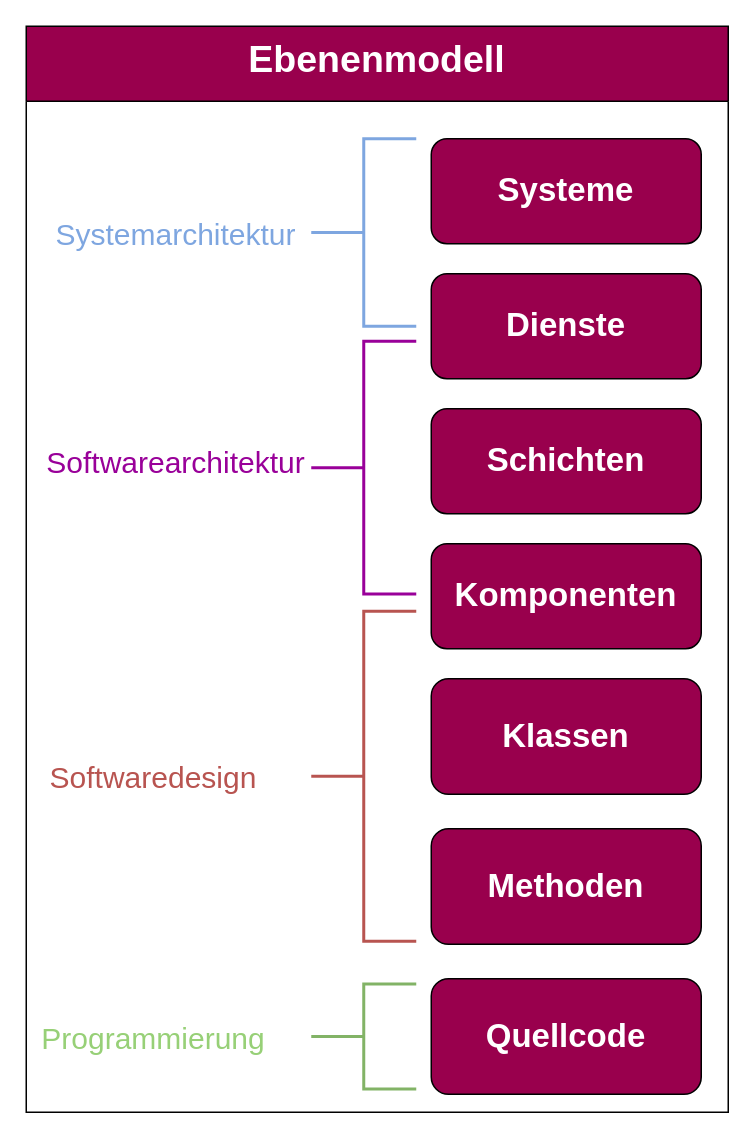
schnickalodeon/Parlivote keeps this draw.io diagram as page "Ebenenmodell" (3 of 6) of Parlivote.Shared/Documentation/Untitled Diagram.drawio. Above is the earlier version. Source tidied: cells renumbered, new cells numbered last; positions are measured from the earlier drawing's top-left corner, leaving out a move shared by most shapes. Both pictures are drawn from the tidied source at 150%, with x=0, y=0 at pixel (26, 26).
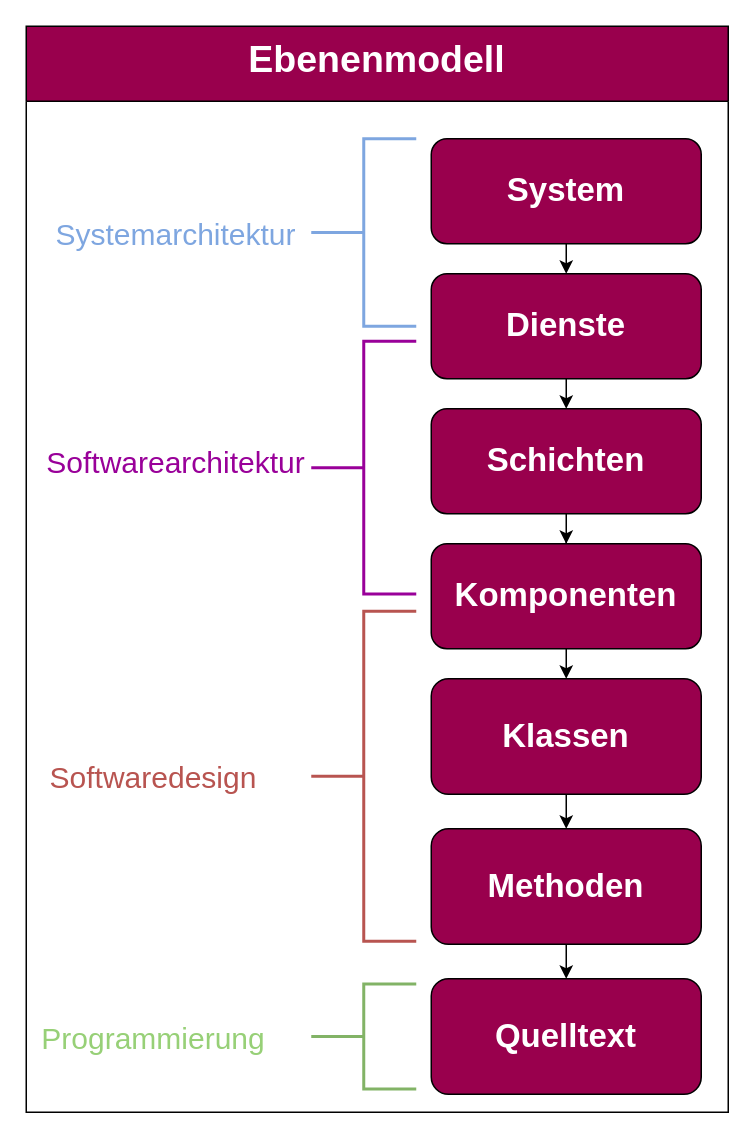
Above is the later version.

The change refers to these unchanged cells:
```xml
<mxCell id="2" value="Ebenenmodell" style="swimlane;fontSize=25;fontColor=#FFFFFF;strokeColor=#000000;strokeWidth=1;fillColor=#99004D;startSize=50;verticalAlign=top;" parent="1" vertex="1">
  <mxGeometry width="468" height="724" as="geometry" />
</mxCell>
<mxCell id="4" value="&lt;font style=&quot;font-size: 22px;&quot;&gt;&lt;b&gt;Dienste&lt;/b&gt;&lt;/font&gt;" style="rounded=1;whiteSpace=wrap;html=1;fontSize=13;fontColor=#FFFFFF;strokeColor=#000000;strokeWidth=1;fillColor=#99004D;" parent="2" vertex="1">
  <mxGeometry x="270" y="165" width="180" height="70" as="geometry" />
</mxCell>
<mxCell id="5" value="&lt;font style=&quot;font-size: 22px;&quot;&gt;&lt;b&gt;Schichten&lt;/b&gt;&lt;/font&gt;" style="rounded=1;whiteSpace=wrap;html=1;fontSize=13;fontColor=#FFFFFF;strokeColor=#000000;strokeWidth=1;fillColor=#99004D;" parent="2" vertex="1">
  <mxGeometry x="270" y="255" width="180" height="70" as="geometry" />
</mxCell>
<mxCell id="6" value="&lt;font style=&quot;font-size: 22px;&quot;&gt;&lt;b&gt;Komponenten&lt;/b&gt;&lt;/font&gt;" style="rounded=1;whiteSpace=wrap;html=1;fontSize=13;fontColor=#FFFFFF;strokeColor=#000000;strokeWidth=1;fillColor=#99004D;" parent="2" vertex="1">
  <mxGeometry x="270" y="345" width="180" height="70" as="geometry" />
</mxCell>
<mxCell id="7" value="&lt;font style=&quot;font-size: 22px;&quot;&gt;&lt;b&gt;Klassen&lt;/b&gt;&lt;/font&gt;" style="rounded=1;whiteSpace=wrap;html=1;fontSize=13;fontColor=#FFFFFF;strokeColor=#000000;strokeWidth=1;fillColor=#99004D;" parent="2" vertex="1">
  <mxGeometry x="270" y="435" width="180" height="77" as="geometry" />
</mxCell>
<mxCell id="8" value="&lt;font style=&quot;font-size: 22px;&quot;&gt;&lt;b&gt;Methoden&lt;/b&gt;&lt;/font&gt;" style="rounded=1;whiteSpace=wrap;html=1;fontSize=13;fontColor=#FFFFFF;strokeColor=#000000;strokeWidth=1;fillColor=#99004D;" parent="2" vertex="1">
  <mxGeometry x="270" y="535" width="180" height="77" as="geometry" />
</mxCell>
```

Diff of the diagram source:
```diff
@@
+    <mxCell id="18" style="edgeStyle=orthogonalEdgeStyle;rounded=0;jettySize=auto;html=1;exitX=0.5;exitY=1;exitDx=0;exitDy=0;entryX=0.5;entryY=0;entryDx=0;entryDy=0;" parent="2" edge="1" source="3" target="4">
+      <mxGeometry relative="1" as="geometry" />
+    </mxCell>
-    <mxCell id="3" value="&lt;font style=&quot;font-size: 22px;&quot;&gt;&lt;b&gt;Systeme&lt;/b&gt;&lt;/font&gt;" style="rounded=1;whiteSpace=wrap;html=1;fontSize=13;fontColor=#FFFFFF;strokeColor=#000000;strokeWidth=1;fillColor=#99004D;" parent="2" vertex="1">
+    <mxCell id="3" value="&lt;font style=&quot;font-size: 22px;&quot;&gt;&lt;b&gt;System&lt;/b&gt;&lt;/font&gt;" style="rounded=1;whiteSpace=wrap;html=1;fontSize=13;fontColor=#FFFFFF;strokeColor=#000000;strokeWidth=1;fillColor=#99004D;" parent="2" vertex="1">
       <mxGeometry x="270" y="75" width="180" height="70" as="geometry" />
     </mxCell>
+    <mxCell id="19" style="edgeStyle=orthogonalEdgeStyle;rounded=0;jettySize=auto;html=1;exitX=0.5;exitY=1;exitDx=0;exitDy=0;entryX=0.5;entryY=0;entryDx=0;entryDy=0;" parent="2" edge="1" source="4" target="5">
+      <mxGeometry relative="1" as="geometry" />
+    </mxCell>
@@
+    <mxCell id="20" style="edgeStyle=orthogonalEdgeStyle;rounded=0;jettySize=auto;html=1;exitX=0.5;exitY=1;exitDx=0;exitDy=0;" parent="2" edge="1" source="5" target="6">
+      <mxGeometry relative="1" as="geometry" />
+    </mxCell>
@@
+    <mxCell id="21" style="edgeStyle=orthogonalEdgeStyle;rounded=0;jettySize=auto;html=1;exitX=0.5;exitY=1;exitDx=0;exitDy=0;entryX=0.5;entryY=0;entryDx=0;entryDy=0;" parent="2" edge="1" source="6" target="7">
+      <mxGeometry relative="1" as="geometry" />
+    </mxCell>
@@
+    <mxCell id="22" style="edgeStyle=orthogonalEdgeStyle;rounded=0;jettySize=auto;html=1;" parent="2" edge="1" source="7" target="8">
+      <mxGeometry relative="1" as="geometry" />
+    </mxCell>
@@
+    <mxCell id="23" style="edgeStyle=orthogonalEdgeStyle;rounded=0;jettySize=auto;html=1;" parent="2" edge="1" source="8" target="9">
+      <mxGeometry relative="1" as="geometry" />
+    </mxCell>
@@
-    <mxCell id="9" value="&lt;font style=&quot;font-size: 22px;&quot;&gt;&lt;b&gt;Quellcode&lt;/b&gt;&lt;/font&gt;" style="rounded=1;whiteSpace=wrap;html=1;fontSize=13;fontColor=#FFFFFF;strokeColor=#000000;strokeWidth=1;fillColor=#99004D;" parent="2" vertex="1">
+    <mxCell id="9" value="&lt;font style=&quot;font-size: 22px;&quot;&gt;&lt;b&gt;Quelltext&lt;/b&gt;&lt;/font&gt;" style="rounded=1;whiteSpace=wrap;html=1;fontSize=13;fontColor=#FFFFFF;strokeColor=#000000;strokeWidth=1;fillColor=#99004D;" parent="2" vertex="1">
       <mxGeometry x="270" y="635" width="180" height="77" as="geometry" />
     </mxCell>
```
